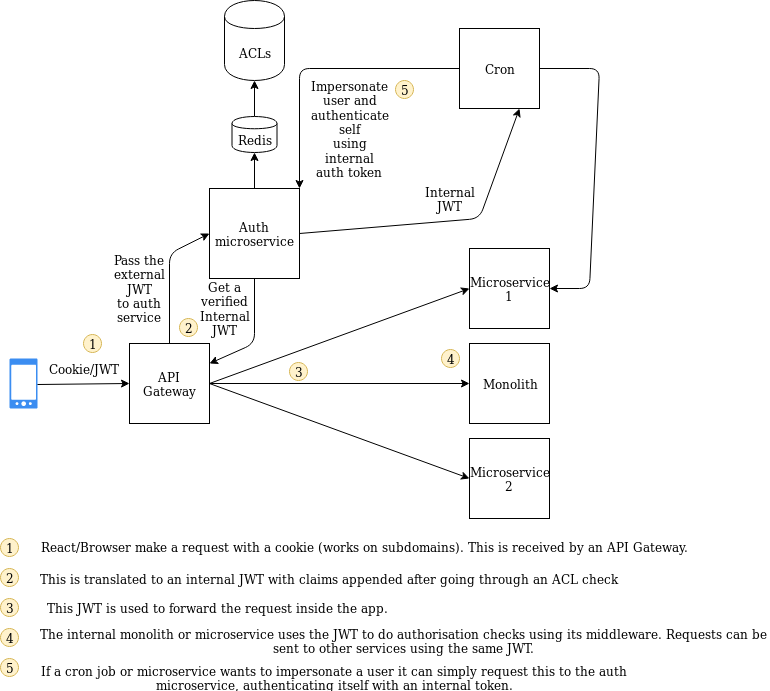
The draw.io diagram propeller.png in varunnaik/infrastructure-challenge, before a commit. Source tidied: cells renumbered, new cells last; positions are measured from the earlier drawing's top-left corner, leaving out a move shared by most shapes. Source of this version:
```xml
<mxGraphModel>
  <root>
    <mxCell id="0" />
    <mxCell id="1" parent="0" />
    <mxCell id="2" style="html=1;strokeColor=none;shadow=0;align=center;verticalAlign=top;fillColor=#3B8DF1;shape=mxgraph.gcp2.phone_android;" parent="1" vertex="1">
      <mxGeometry x="9" y="358" width="28" height="50" as="geometry" />
    </mxCell>
    <mxCell id="3" value="API Gateway" style="whiteSpace=wrap;html=1;" parent="1" vertex="1">
      <mxGeometry x="129" y="343" width="80" height="80" as="geometry" />
    </mxCell>
    <mxCell id="4" style="endArrow=classic;html=1;entryX=0;entryY=0.5;entryDx=0;entryDy=0;exitX=1;exitY=0.52;exitDx=0;exitDy=0;exitPerimeter=0;" parent="1" edge="1" source="2" target="3">
      <mxGeometry relative="1" as="geometry" />
    </mxCell>
    <mxCell id="5" value="&lt;div&gt;Cookie/JWT&lt;/div&gt;" style="text;html=1;strokeColor=none;fillColor=none;align=center;verticalAlign=middle;whiteSpace=wrap;rounded=0;" parent="1" vertex="1">
      <mxGeometry x="63" y="358" width="40" height="20" as="geometry" />
    </mxCell>
    <mxCell id="6" value="Auth microservice" style="whiteSpace=wrap;html=1;" parent="1" vertex="1">
      <mxGeometry x="209" y="188" width="90" height="90" as="geometry" />
    </mxCell>
    <mxCell id="7" value="ACLs" style="shape=cylinder;whiteSpace=wrap;html=1;boundedLbl=1;backgroundOutline=1;" parent="1" vertex="1">
      <mxGeometry x="224" width="60" height="80" as="geometry" />
    </mxCell>
    <mxCell id="8" style="endArrow=classic;html=1;entryX=0.5;entryY=1;entryDx=0;entryDy=0;exitX=0.5;exitY=0;exitDx=0;exitDy=0;" parent="1" edge="1" source="40" target="7">
      <mxGeometry relative="1" as="geometry" />
    </mxCell>
    <mxCell id="9" style="endArrow=classic;html=1;exitX=1;exitY=0.5;exitDx=0;exitDy=0;entryX=0;entryY=0.5;entryDx=0;entryDy=0;" parent="1" edge="1" source="3" target="10">
      <mxGeometry relative="1" as="geometry" />
    </mxCell>
    <mxCell id="10" value="Monolith" style="whiteSpace=wrap;html=1;" parent="1" vertex="1">
      <mxGeometry x="469" y="343" width="80" height="80" as="geometry" />
    </mxCell>
    <mxCell id="11" value="&lt;div&gt;Microservice&lt;/div&gt;&lt;div&gt;1&lt;br&gt;&lt;/div&gt;" style="whiteSpace=wrap;html=1;" parent="1" vertex="1">
      <mxGeometry x="469" y="248" width="80" height="80" as="geometry" />
    </mxCell>
    <mxCell id="12" value="&lt;div&gt;Microservice&lt;/div&gt;&lt;div&gt;2&lt;br&gt;&lt;/div&gt;" style="whiteSpace=wrap;html=1;" parent="1" vertex="1">
      <mxGeometry x="469" y="438" width="80" height="80" as="geometry" />
    </mxCell>
    <mxCell id="13" style="endArrow=classic;html=1;entryX=0;entryY=0.5;entryDx=0;entryDy=0;exitX=1;exitY=0.5;exitDx=0;exitDy=0;" parent="1" edge="1" source="3" target="12">
      <mxGeometry relative="1" as="geometry" />
    </mxCell>
    <mxCell id="14" style="endArrow=classic;html=1;entryX=0;entryY=0.5;entryDx=0;entryDy=0;" parent="1" edge="1" target="11">
      <mxGeometry relative="1" as="geometry">
        <mxPoint x="209" y="383" as="sourcePoint" />
      </mxGeometry>
    </mxCell>
    <mxCell id="15" value="&lt;div&gt;Pass the external JWT&lt;/div&gt;&lt;div&gt;to auth&lt;/div&gt;&lt;div&gt;service&lt;br&gt;&lt;/div&gt;" style="text;html=1;strokeColor=none;fillColor=none;align=center;verticalAlign=middle;whiteSpace=wrap;rounded=0;" parent="1" vertex="1">
      <mxGeometry x="119" y="278" width="40" height="20" as="geometry" />
    </mxCell>
    <mxCell id="16" style="endArrow=classic;html=1;exitX=0.5;exitY=0;exitDx=0;exitDy=0;entryX=0;entryY=0.5;entryDx=0;entryDy=0;" parent="1" edge="1" source="3" target="6">
      <mxGeometry relative="1" as="geometry">
        <Array as="points">
          <mxPoint x="169" y="253" />
        </Array>
      </mxGeometry>
    </mxCell>
    <mxCell id="17" style="endArrow=classic;html=1;exitX=0.5;exitY=1;exitDx=0;exitDy=0;entryX=1;entryY=0.25;entryDx=0;entryDy=0;" parent="1" edge="1" source="6" target="3">
      <mxGeometry relative="1" as="geometry">
        <Array as="points">
          <mxPoint x="254" y="343" />
        </Array>
      </mxGeometry>
    </mxCell>
    <mxCell id="18" value="&lt;div&gt;Get a verified&lt;/div&gt;&lt;div&gt;Internal&lt;/div&gt;&lt;div&gt;JWT&lt;br&gt;&lt;/div&gt;" style="text;html=1;strokeColor=none;fillColor=none;align=center;verticalAlign=middle;whiteSpace=wrap;rounded=0;" parent="1" vertex="1">
      <mxGeometry x="204" y="298" width="40" height="20" as="geometry" />
    </mxCell>
    <mxCell id="19" value="Cron" style="whiteSpace=wrap;html=1;" parent="1" vertex="1">
      <mxGeometry x="459" y="28" width="80" height="80" as="geometry" />
    </mxCell>
    <mxCell id="20" style="endArrow=classic;html=1;exitX=0;exitY=0.5;exitDx=0;exitDy=0;" parent="1" edge="1" source="19">
      <mxGeometry relative="1" as="geometry">
        <mxPoint x="299" y="188" as="targetPoint" />
        <Array as="points">
          <mxPoint x="299" y="68" />
        </Array>
      </mxGeometry>
    </mxCell>
    <mxCell id="21" value="&lt;div&gt;Impersonate&lt;/div&gt;&lt;div&gt;user and authenticate self&lt;/div&gt;&lt;div&gt; using internal auth token&lt;br&gt;&lt;/div&gt;" style="text;html=1;strokeColor=none;fillColor=none;align=center;verticalAlign=middle;whiteSpace=wrap;rounded=0;" parent="1" vertex="1">
      <mxGeometry x="329" y="118" width="40" height="20" as="geometry" />
    </mxCell>
    <mxCell id="22" style="endArrow=classic;html=1;entryX=0.75;entryY=1;entryDx=0;entryDy=0;exitX=1;exitY=0.5;exitDx=0;exitDy=0;" parent="1" edge="1" source="6" target="19">
      <mxGeometry relative="1" as="geometry">
        <Array as="points">
          <mxPoint x="479" y="218" />
        </Array>
      </mxGeometry>
    </mxCell>
    <mxCell id="23" value="&lt;div&gt;Internal&lt;/div&gt;&lt;div&gt;JWT&lt;br&gt;&lt;/div&gt;" style="text;html=1;strokeColor=none;fillColor=none;align=center;verticalAlign=middle;whiteSpace=wrap;rounded=0;" parent="1" vertex="1">
      <mxGeometry x="429" y="188" width="40" height="20" as="geometry" />
    </mxCell>
    <mxCell id="24" style="endArrow=classic;html=1;exitX=1;exitY=0.5;exitDx=0;exitDy=0;entryX=1;entryY=0.5;entryDx=0;entryDy=0;" parent="1" edge="1" source="19" target="11">
      <mxGeometry relative="1" as="geometry">
        <Array as="points">
          <mxPoint x="599" y="68" />
          <mxPoint x="589" y="288" />
        </Array>
      </mxGeometry>
    </mxCell>
    <mxCell id="25" value="1" style="ellipse;whiteSpace=wrap;html=1;fillColor=#fff2cc;strokeColor=#d6b656;" parent="1" vertex="1">
      <mxGeometry x="83" y="334" width="18" height="18" as="geometry" />
    </mxCell>
    <mxCell id="26" value="2" style="ellipse;whiteSpace=wrap;html=1;fillColor=#fff2cc;strokeColor=#d6b656;" parent="1" vertex="1">
      <mxGeometry x="179" y="318" width="18" height="18" as="geometry" />
    </mxCell>
    <mxCell id="27" value="3" style="ellipse;whiteSpace=wrap;html=1;fillColor=#fff2cc;strokeColor=#d6b656;" parent="1" vertex="1">
      <mxGeometry x="289" y="362" width="18" height="18" as="geometry" />
    </mxCell>
    <mxCell id="28" value="4" style="ellipse;whiteSpace=wrap;html=1;fillColor=#fff2cc;strokeColor=#d6b656;" parent="1" vertex="1">
      <mxGeometry x="441" y="349" width="18" height="18" as="geometry" />
    </mxCell>
    <mxCell id="29" value="5" style="ellipse;whiteSpace=wrap;html=1;fillColor=#fff2cc;strokeColor=#d6b656;" parent="1" vertex="1">
      <mxGeometry x="395" y="80" width="18" height="18" as="geometry" />
    </mxCell>
    <mxCell id="30" value="1" style="ellipse;whiteSpace=wrap;html=1;fillColor=#fff2cc;strokeColor=#d6b656;" parent="1" vertex="1">
      <mxGeometry y="538" width="18" height="18" as="geometry" />
    </mxCell>
    <mxCell id="31" value="2" style="ellipse;whiteSpace=wrap;html=1;fillColor=#fff2cc;strokeColor=#d6b656;" parent="1" vertex="1">
      <mxGeometry y="568" width="18" height="18" as="geometry" />
    </mxCell>
    <mxCell id="32" value="3" style="ellipse;whiteSpace=wrap;html=1;fillColor=#fff2cc;strokeColor=#d6b656;" parent="1" vertex="1">
      <mxGeometry y="598" width="18" height="18" as="geometry" />
    </mxCell>
    <mxCell id="33" value="4" style="ellipse;whiteSpace=wrap;html=1;fillColor=#fff2cc;strokeColor=#d6b656;" parent="1" vertex="1">
      <mxGeometry y="628" width="18" height="18" as="geometry" />
    </mxCell>
    <mxCell id="34" value="5" style="ellipse;whiteSpace=wrap;html=1;fillColor=#fff2cc;strokeColor=#d6b656;" parent="1" vertex="1">
      <mxGeometry y="658" width="18" height="18" as="geometry" />
    </mxCell>
    <mxCell id="35" value="React/Browser make a request with a cookie (works on subdomains). This is received by an API Gateway." style="text;html=1;strokeColor=none;fillColor=none;align=center;verticalAlign=middle;whiteSpace=wrap;rounded=0;" parent="1" vertex="1">
      <mxGeometry x="37" y="536" width="652" height="20" as="geometry" />
    </mxCell>
    <mxCell id="36" value="This is translated to an internal JWT with claims appended after going through an ACL check" style="text;html=1;strokeColor=none;fillColor=none;align=center;verticalAlign=middle;whiteSpace=wrap;rounded=0;" parent="1" vertex="1">
      <mxGeometry x="37" y="568" width="582" height="20" as="geometry" />
    </mxCell>
    <mxCell id="37" value="This JWT is used to forward the request inside the app." style="text;html=1;strokeColor=none;fillColor=none;align=center;verticalAlign=middle;whiteSpace=wrap;rounded=0;" parent="1" vertex="1">
      <mxGeometry x="43" y="597" width="346" height="20" as="geometry" />
    </mxCell>
    <mxCell id="38" value="The internal monolith or microservice uses the JWT to do authorisation checks using its middleware. Requests can be sent to other services using the same JWT." style="text;html=1;strokeColor=none;fillColor=none;align=center;verticalAlign=middle;whiteSpace=wrap;rounded=0;" parent="1" vertex="1">
      <mxGeometry x="37" y="632" width="732" height="16" as="geometry" />
    </mxCell>
    <mxCell id="39" value="If a cron job or microservice wants to impersonate a user it can simply request this to the auth microservice, authenticating itself with an internal token." style="text;html=1;strokeColor=none;fillColor=none;align=center;verticalAlign=middle;whiteSpace=wrap;rounded=0;" parent="1" vertex="1">
      <mxGeometry x="39" y="667" width="590" height="20" as="geometry" />
    </mxCell>
    <mxCell id="40" value="Redis" style="shape=cylinder;whiteSpace=wrap;html=1;boundedLbl=1;backgroundOutline=1;" parent="1" vertex="1">
      <mxGeometry x="231.5" y="116" width="45" height="36" as="geometry" />
    </mxCell>
    <mxCell id="41" style="endArrow=classic;html=1;entryX=0.5;entryY=1;entryDx=0;entryDy=0;exitX=0.5;exitY=0;exitDx=0;exitDy=0;" parent="1" edge="1" source="6" target="40">
      <mxGeometry relative="1" as="geometry" />
    </mxCell>
  </root>
</mxGraphModel>
```
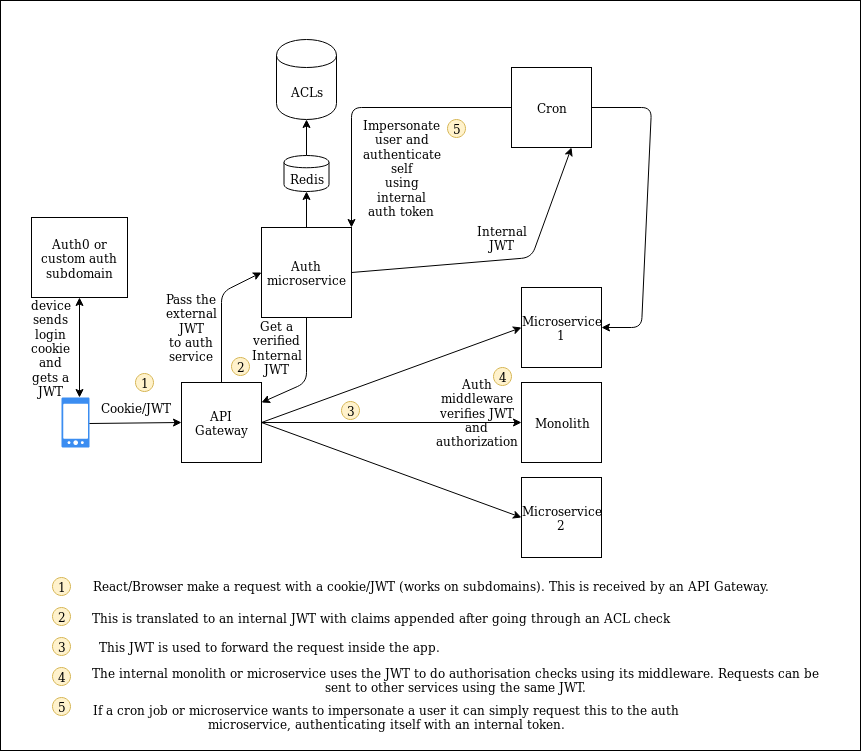
The same diagram one commit later.

What changed in the source:
```diff
@@ -2,6 +2,9 @@
   <root>
     <mxCell id="0" />
     <mxCell id="1" parent="0" />
+    <mxCell id="42" value="&amp;nbsp;" style="rounded=0;whiteSpace=wrap;html=1;fillColor=none;" parent="1" vertex="1">
+      <mxGeometry x="-52" y="-39" width="860" height="750" as="geometry" />
+    </mxCell>
     <mxCell id="2" style="html=1;strokeColor=none;shadow=0;align=center;verticalAlign=top;fillColor=#3B8DF1;shape=mxgraph.gcp2.phone_android;" parent="1" vertex="1">
       <mxGeometry x="9" y="358" width="28" height="50" as="geometry" />
     </mxCell>
@@ -105,7 +108,7 @@
       <mxGeometry x="289" y="362" width="18" height="18" as="geometry" />
     </mxCell>
     <mxCell id="28" value="4" style="ellipse;whiteSpace=wrap;html=1;fillColor=#fff2cc;strokeColor=#d6b656;" parent="1" vertex="1">
-      <mxGeometry x="441" y="349" width="18" height="18" as="geometry" />
+      <mxGeometry x="441" y="328" width="18" height="18" as="geometry" />
     </mxCell>
     <mxCell id="29" value="5" style="ellipse;whiteSpace=wrap;html=1;fillColor=#fff2cc;strokeColor=#d6b656;" parent="1" vertex="1">
       <mxGeometry x="395" y="80" width="18" height="18" as="geometry" />
@@ -125,8 +128,8 @@
     <mxCell id="34" value="5" style="ellipse;whiteSpace=wrap;html=1;fillColor=#fff2cc;strokeColor=#d6b656;" parent="1" vertex="1">
       <mxGeometry y="658" width="18" height="18" as="geometry" />
     </mxCell>
-    <mxCell id="35" value="React/Browser make a request with a cookie (works on subdomains). This is received by an API Gateway." style="text;html=1;strokeColor=none;fillColor=none;align=center;verticalAlign=middle;whiteSpace=wrap;rounded=0;" parent="1" vertex="1">
-      <mxGeometry x="37" y="536" width="652" height="20" as="geometry" />
+    <mxCell id="35" value="React/Browser make a request with a cookie/JWT (works on subdomains). This is received by an API Gateway." style="text;html=1;strokeColor=none;fillColor=none;align=center;verticalAlign=middle;whiteSpace=wrap;rounded=0;" parent="1" vertex="1">
+      <mxGeometry x="37" y="536" width="682" height="20" as="geometry" />
     </mxCell>
     <mxCell id="36" value="This is translated to an internal JWT with claims appended after going through an ACL check" style="text;html=1;strokeColor=none;fillColor=none;align=center;verticalAlign=middle;whiteSpace=wrap;rounded=0;" parent="1" vertex="1">
       <mxGeometry x="37" y="568" width="582" height="20" as="geometry" />
@@ -146,5 +149,19 @@
     <mxCell id="41" style="endArrow=classic;html=1;entryX=0.5;entryY=1;entryDx=0;entryDy=0;exitX=0.5;exitY=0;exitDx=0;exitDy=0;" parent="1" edge="1" source="6" target="40">
       <mxGeometry relative="1" as="geometry" />
     </mxCell>
+    <mxCell id="43" value="Auth0 or custom auth subdomain" style="rounded=0;whiteSpace=wrap;html=1;fillColor=#ffffff;" parent="1" vertex="1">
+      <mxGeometry x="-21" y="178" width="96" height="80" as="geometry" />
+    </mxCell>
+    <mxCell id="44" value="device sends login cookie and gets a JWT" style="text;html=1;strokeColor=none;fillColor=none;align=center;verticalAlign=middle;whiteSpace=wrap;rounded=0;" parent="1" vertex="1">
+      <mxGeometry x="-22" y="298" width="40" height="20" as="geometry" />
+    </mxCell>
+    <mxCell id="45" style="endArrow=classic;startArrow=classic;html=1;entryX=0.5;entryY=1;entryDx=0;entryDy=0;" parent="1" edge="1" target="43">
+      <mxGeometry relative="1" as="geometry">
+        <mxPoint x="27" y="358" as="sourcePoint" />
+      </mxGeometry>
+    </mxCell>
+    <mxCell id="46" value="Auth middleware verifies JWT and authorization" style="text;html=1;strokeColor=none;fillColor=none;align=center;verticalAlign=middle;whiteSpace=wrap;rounded=0;" parent="1" vertex="1">
+      <mxGeometry x="404" y="363" width="40" height="20" as="geometry" />
+    </mxCell>
   </root>
 </mxGraphModel>
```
